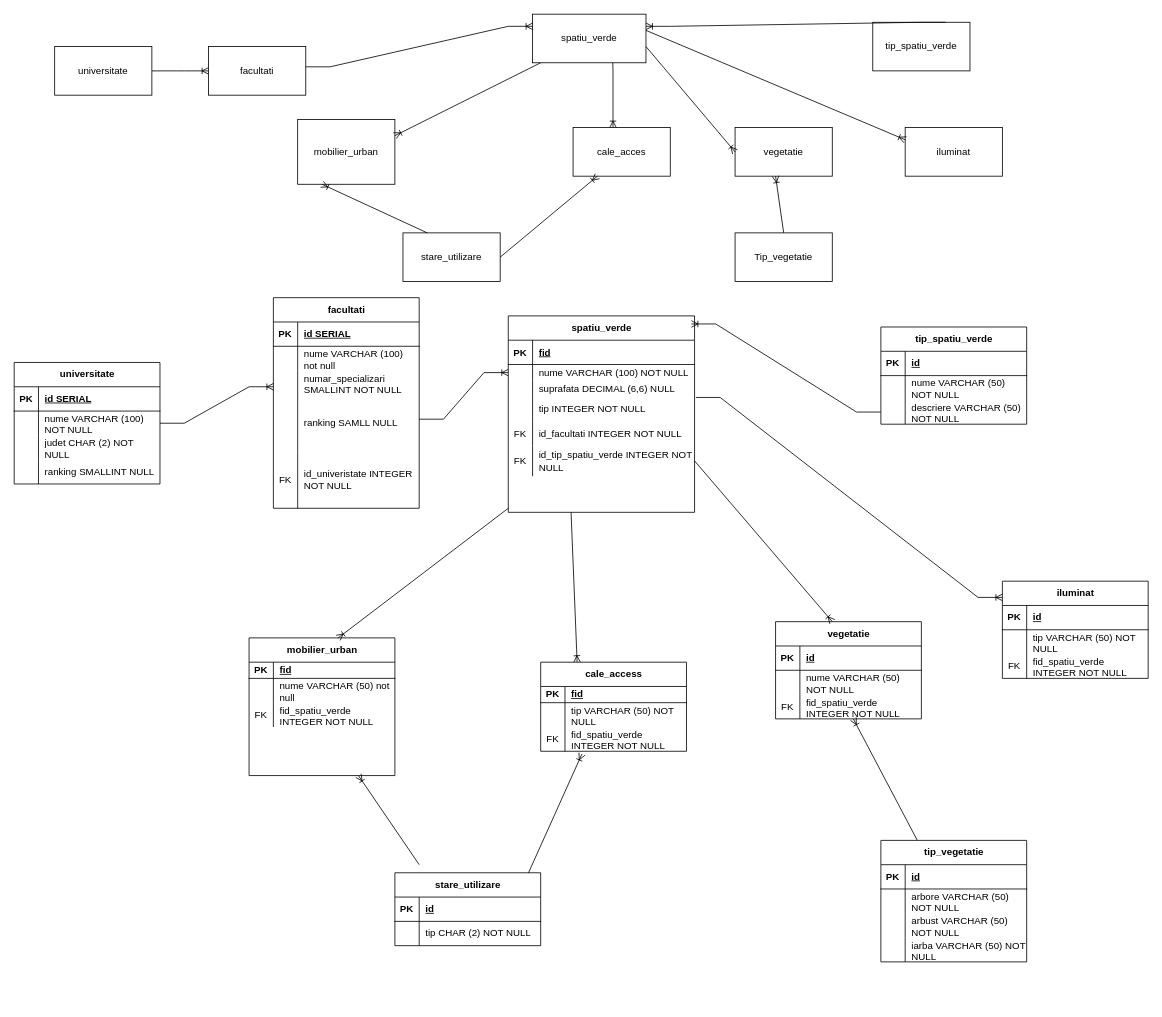
Before: Diagramă fără titlu.drawio in andromeda1991/first_db_project, a draw.io diagram. Source tidied: cells renumbered, new cells numbered last; positions are measured from the earlier drawing's top-left corner, leaving out a move shared by most shapes. Both pictures are drawn from the tidied source at 81%, with x=0, y=0 at pixel (14, 14).
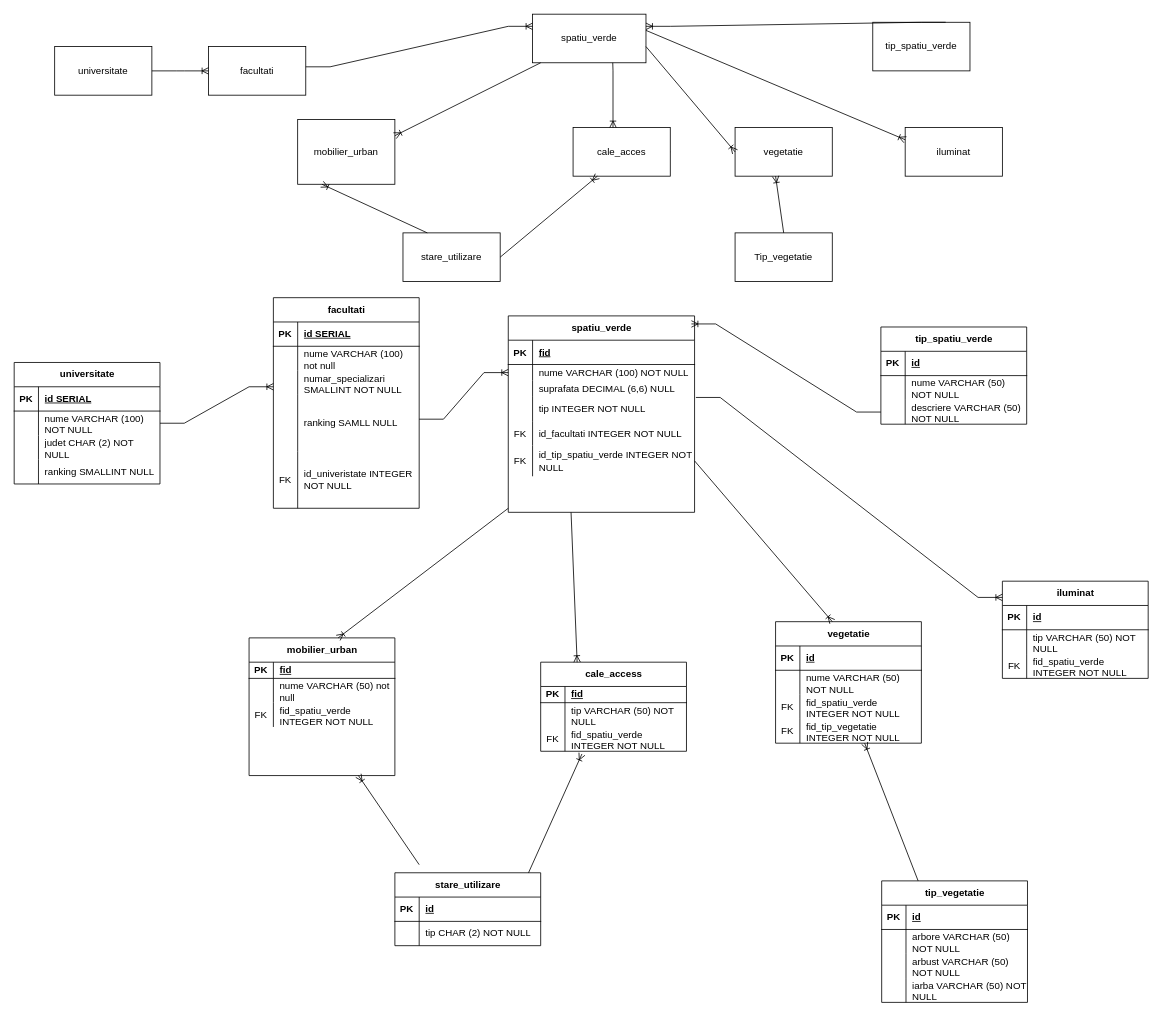
Above is the later version.

Change to the diagram source:
```diff
@@
     <mxCell id="101" value="vegetatie" style="shape=table;startSize=30;childLayout=tableLayout;rowLines=0;fontStyle=1;align=center;html=1;" parent="1" vertex="1">
-      <mxGeometry x="940" y="750" width="180" height="120" as="geometry" />
+      <mxGeometry x="940" y="750" width="180" height="150" as="geometry" />
     </mxCell>
@@
+    <mxCell id="151" style="shape=tableRow;horizontal=0;startSize=0;swimlaneHead=0;swimlaneBody=0;fillColor=none;points=[[0,0.5],[1,0.5]];portConstraint=eastwest;top=0;left=0;right=0;bottom=0;" parent="101" vertex="1">
+      <mxGeometry y="120" width="180" height="30" as="geometry" />
+    </mxCell>
+    <mxCell id="152" value="FK" style="shape=partialRectangle;fillColor=none;top=0;left=0;bottom=0;right=0;overflow=hidden;whiteSpace=wrap;html=1;" parent="151" vertex="1">
+      <mxGeometry width="30" height="30" as="geometry" />
+    </mxCell>
+    <mxCell id="153" value="fid_tip_vegetatie INTEGER NOT NULL" style="shape=partialRectangle;fillColor=none;top=0;left=0;bottom=0;right=0;align=left;spacingLeft=6;overflow=hidden;whiteSpace=wrap;html=1;" parent="151" vertex="1">
+      <mxGeometry x="30" width="150" height="30" as="geometry" />
+    </mxCell>
@@
     <mxCell id="124" value="tip_vegetatie" style="shape=table;startSize=30;childLayout=tableLayout;rowLines=0;fontStyle=1;align=center;html=1;" parent="1" vertex="1">
-      <mxGeometry x="1070" y="1020" width="180" height="150" as="geometry" />
+      <mxGeometry x="1071" y="1070" width="180" height="150" as="geometry" />
     </mxCell>
@@
-    <mxCell id="150" style="fontSize=12;html=1;endArrow=ERoneToMany;rounded=0;entryX=0.283;entryY=1.111;entryDx=0;entryDy=0;entryPerimeter=0;exitX=0.25;exitY=0;exitDx=0;exitDy=0;" parent="1" edge="1" source="124">
-      <mxGeometry relative="1" as="geometry">
-        <mxPoint x="1036" y="870" as="targetPoint" />
-      </mxGeometry>
+    <mxCell id="150" style="fontSize=12;html=1;endArrow=ERoneToMany;rounded=0;exitX=0.25;exitY=0;exitDx=0;exitDy=0;entryX=0.611;entryY=1;entryDx=0;entryDy=0;entryPerimeter=0;" parent="1" edge="1" source="124" target="151">
+      <mxGeometry relative="1" as="geometry" />
     </mxCell>
```
